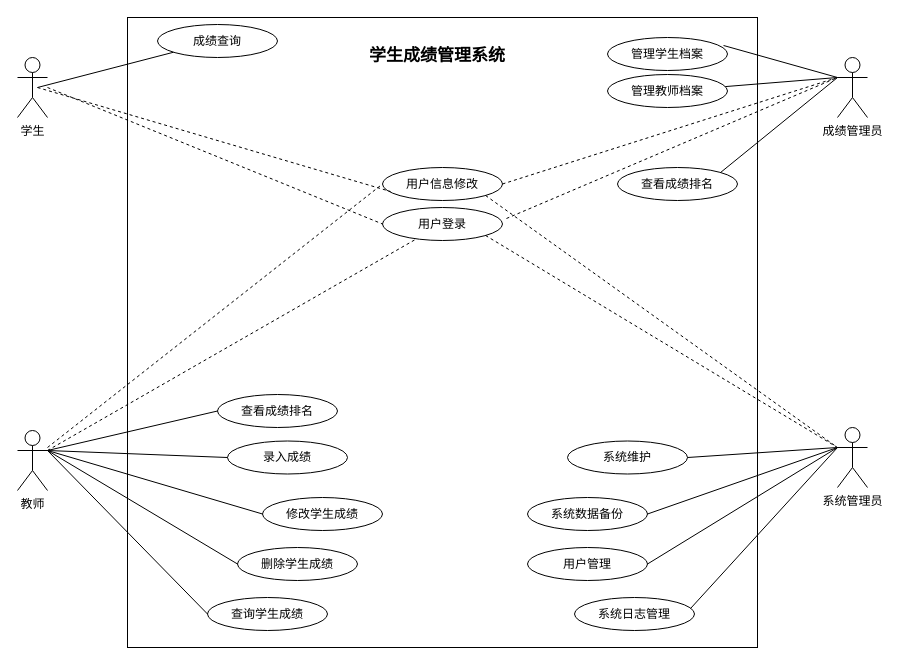
This is 学位-成绩管理系统.drawio from creazy412/none, a draw.io file, before an edit. Source tidied: cells renumbered, new cells numbered last; positions are measured from the earlier drawing's top-left corner, leaving out a move shared by most shapes. Both pictures are drawn from the tidied source at 100%, with x=0, y=0 at pixel (17, 17).
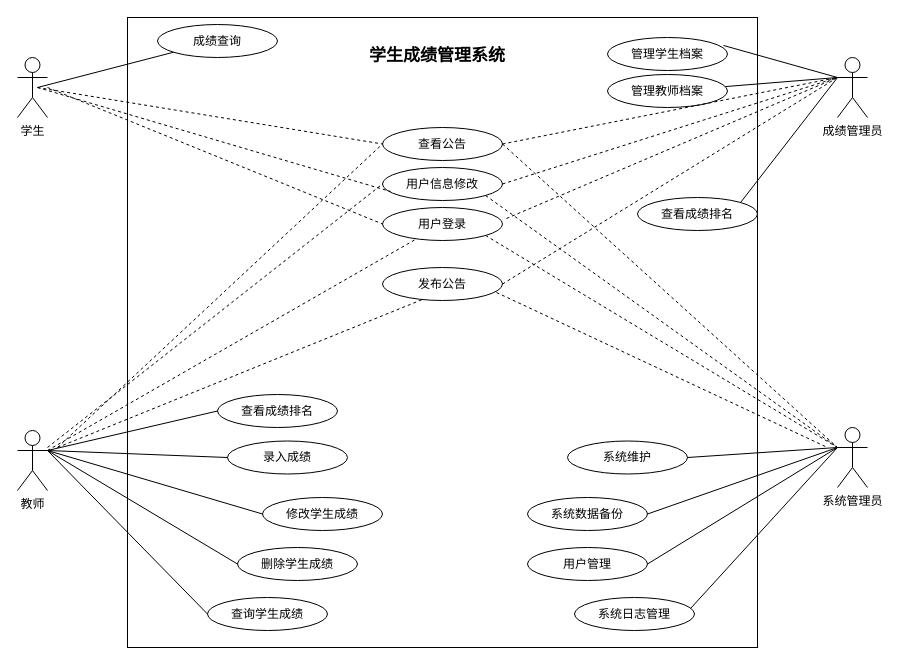
The same diagram, later.

Commit message:
更新学位-成绩管理系统.drawio

The change refers to these unchanged cells:
```xml
<mxCell id="38" value="成绩管理员" style="shape=umlActor;verticalLabelPosition=bottom;verticalAlign=top;html=1;outlineConnect=0;" parent="1" vertex="1">
  <mxGeometry x="820" y="40" width="30" height="60" as="geometry" />
</mxCell>
```

The edit, as a diff of the source:
```diff
@@
     <mxCell id="41" value="查看成绩排名" style="ellipse;whiteSpace=wrap;html=1;" parent="1" vertex="1">
-      <mxGeometry x="600" y="150" width="120" height="33" as="geometry" />
+      <mxGeometry x="620" y="180" width="120" height="33" as="geometry" />
     </mxCell>
@@
+    <mxCell id="44" value="发布公告" style="ellipse;whiteSpace=wrap;html=1;" parent="1" vertex="1">
+      <mxGeometry x="365" y="250" width="120" height="33" as="geometry" />
+    </mxCell>
+    <mxCell id="45" value="查看公告" style="ellipse;whiteSpace=wrap;html=1;" parent="1" vertex="1">
+      <mxGeometry x="365" y="110" width="120" height="33" as="geometry" />
+    </mxCell>
+    <mxCell id="46" style="endArrow=none;html=1;rounded=0;entryX=0;entryY=0.5;entryDx=0;entryDy=0;dashed=1;" parent="1" edge="1" target="45">
+      <mxGeometry relative="1" as="geometry">
+        <mxPoint x="20" y="70" as="sourcePoint" />
+      </mxGeometry>
+    </mxCell>
+    <mxCell id="47" style="endArrow=none;html=1;rounded=0;exitX=1;exitY=0.5;exitDx=0;exitDy=0;dashed=1;" parent="1" edge="1" source="45">
+      <mxGeometry relative="1" as="geometry">
+        <mxPoint x="820" y="60" as="targetPoint" />
+      </mxGeometry>
+    </mxCell>
+    <mxCell id="48" style="endArrow=none;html=1;rounded=0;exitX=1;exitY=0.5;exitDx=0;exitDy=0;dashed=1;" parent="1" edge="1" source="45">
+      <mxGeometry relative="1" as="geometry">
+        <mxPoint x="820" y="430" as="targetPoint" />
+      </mxGeometry>
+    </mxCell>
+    <mxCell id="49" style="endArrow=none;html=1;rounded=0;entryX=0;entryY=0.5;entryDx=0;entryDy=0;dashed=1;" parent="1" edge="1" target="45">
+      <mxGeometry relative="1" as="geometry">
+        <mxPoint x="40" y="430" as="sourcePoint" />
+      </mxGeometry>
+    </mxCell>
+    <mxCell id="50" style="endArrow=none;html=1;rounded=0;dashed=1;entryX=0.333;entryY=0.97;entryDx=0;entryDy=0;entryPerimeter=0;" parent="1" edge="1" target="44">
+      <mxGeometry relative="1" as="geometry">
+        <mxPoint x="40" y="430" as="sourcePoint" />
+      </mxGeometry>
+    </mxCell>
+    <mxCell id="51" style="endArrow=none;html=1;rounded=0;exitX=0.95;exitY=0.758;exitDx=0;exitDy=0;dashed=1;exitPerimeter=0;" parent="1" edge="1" source="44">
+      <mxGeometry relative="1" as="geometry">
+        <mxPoint x="810" y="430" as="targetPoint" />
+      </mxGeometry>
+    </mxCell>
+    <mxCell id="52" style="endArrow=none;html=1;rounded=0;exitX=1;exitY=0.5;exitDx=0;exitDy=0;dashed=1;entryX=0;entryY=0.3333333333333333;entryDx=0;entryDy=0;entryPerimeter=0;" parent="1" edge="1" source="44" target="38">
+      <mxGeometry relative="1" as="geometry" />
+    </mxCell>
```
